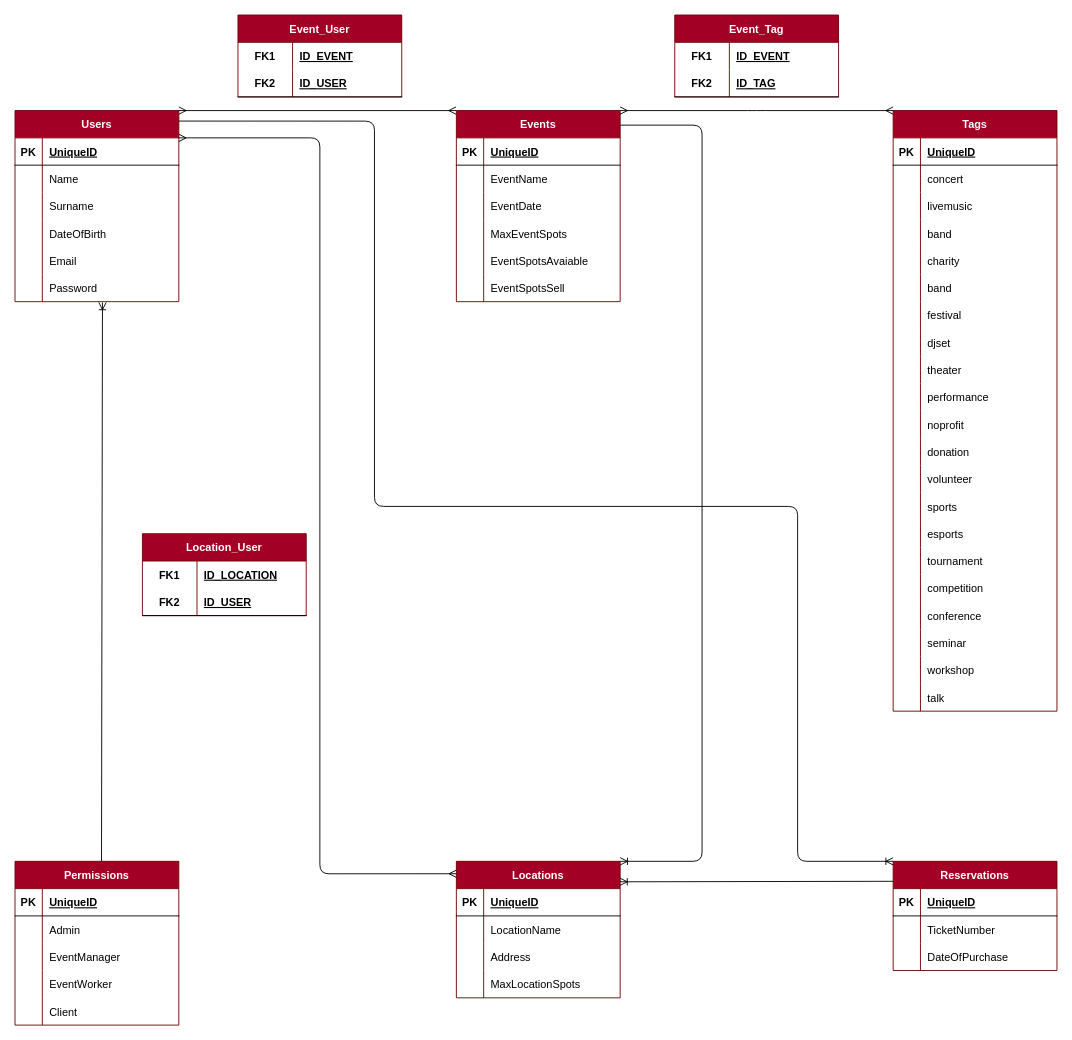
Above: tables.drawio in SimoneCerri/db-gestore-eventi (draw.io), before the change. Source tidied: cells renumbered, new cells numbered last; positions are measured from the earlier drawing's top-left corner, leaving out a move shared by most shapes. Both pictures are drawn from the tidied source at 91%, with x=0, y=0 at pixel (15, 15).
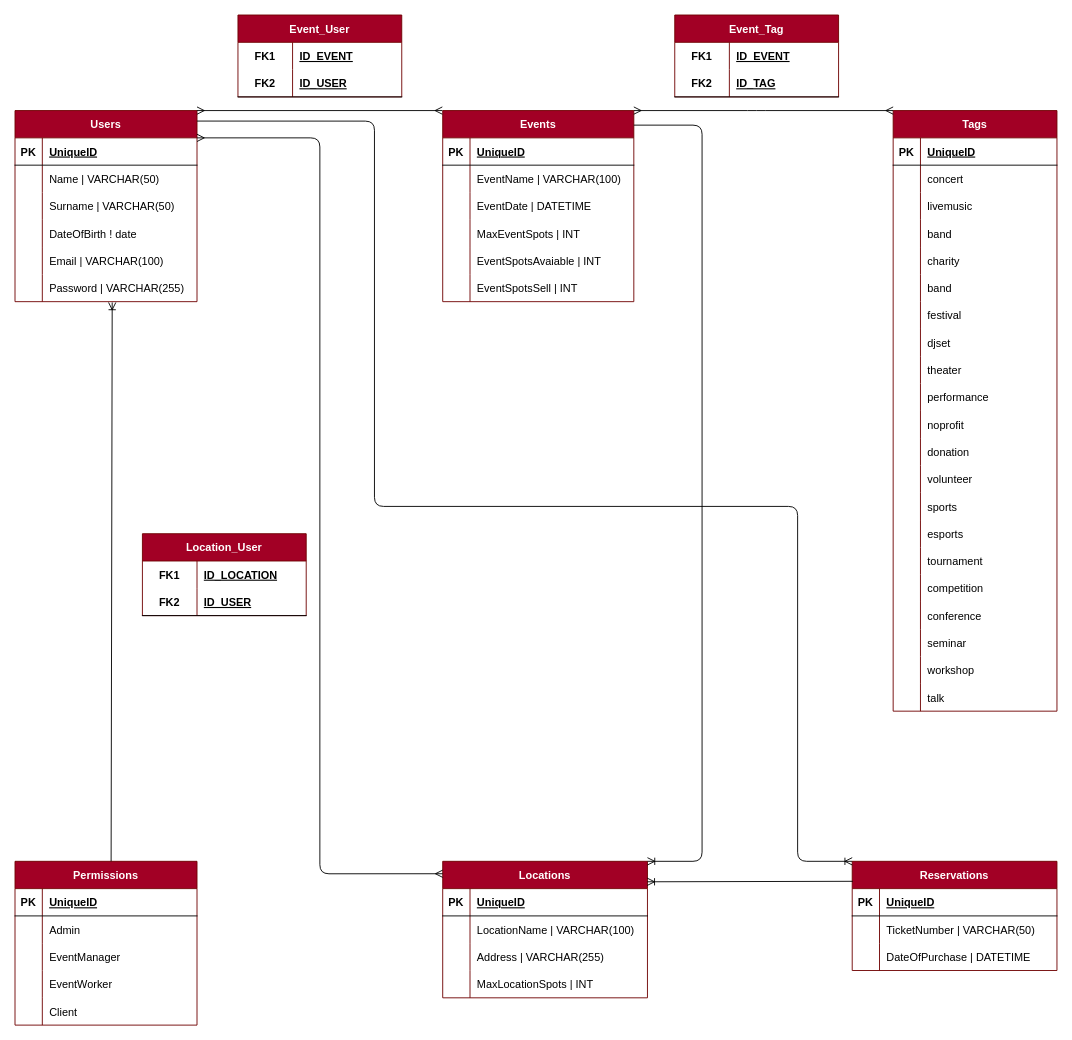
The same page after the edit.

Commit message:
odify tables

Change to the diagram source:
```diff
@@
     <mxCell id="2" value="Users" style="shape=table;startSize=30;childLayout=tableLayout;rowLines=0;fontStyle=1;align=center;fillColor=#a20025;fontColor=#ffffff;strokeColor=#6F0000;" parent="1" vertex="1">
-      <mxGeometry y="105" width="180" height="210" as="geometry" />
+      <mxGeometry y="105" width="200" height="210" as="geometry" />
     </mxCell>
     <mxCell id="3" style="shape=tableRow;horizontal=0;startSize=0;swimlaneHead=0;swimlaneBody=0;fillColor=none;points=[[0,0.5],[1,0.5]];portConstraint=eastwest;top=0;left=0;right=0;bottom=1;" parent="2" vertex="1">
-      <mxGeometry y="30" width="180" height="30" as="geometry" />
+      <mxGeometry y="30" width="200" height="30" as="geometry" />
     </mxCell>
@@
     <mxCell id="5" value="UniqueID" style="shape=partialRectangle;fillColor=none;top=0;left=0;bottom=0;right=0;align=left;spacingLeft=6;fontStyle=5;overflow=hidden;" parent="3" vertex="1">
-      <mxGeometry x="30" width="150" height="30" as="geometry" />
+      <mxGeometry x="30" width="170" height="30" as="geometry" />
     </mxCell>
     <mxCell id="6" style="shape=tableRow;horizontal=0;startSize=0;swimlaneHead=0;swimlaneBody=0;fillColor=none;top=0;left=0;right=0;bottom=0;" parent="2" vertex="1">
-      <mxGeometry y="60" width="180" height="30" as="geometry" />
+      <mxGeometry y="60" width="200" height="30" as="geometry" />
     </mxCell>
@@
-    <mxCell id="8" value="Name" style="shape=partialRectangle;fillColor=none;top=0;left=0;bottom=0;right=0;align=left;spacingLeft=6;overflow=hidden;" parent="6" vertex="1">
-      <mxGeometry x="30" width="150" height="30" as="geometry" />
+    <mxCell id="8" value="Name | VARCHAR(50)" style="shape=partialRectangle;fillColor=none;top=0;left=0;bottom=0;right=0;align=left;spacingLeft=6;overflow=hidden;" parent="6" vertex="1">
+      <mxGeometry x="30" width="170" height="30" as="geometry" />
     </mxCell>
     <mxCell id="9" style="shape=tableRow;horizontal=0;startSize=0;swimlaneHead=0;swimlaneBody=0;fillColor=none;top=0;left=0;right=0;bottom=0;" parent="2" vertex="1">
-      <mxGeometry y="90" width="180" height="30" as="geometry" />
+      <mxGeometry y="90" width="200" height="30" as="geometry" />
     </mxCell>
@@
-    <mxCell id="11" value="Surname" style="shape=partialRectangle;fillColor=none;top=0;left=0;bottom=0;right=0;align=left;spacingLeft=6;overflow=hidden;" parent="9" vertex="1">
-      <mxGeometry x="30" width="150" height="30" as="geometry" />
+    <mxCell id="11" value="Surname | VARCHAR(50)" style="shape=partialRectangle;fillColor=none;top=0;left=0;bottom=0;right=0;align=left;spacingLeft=6;overflow=hidden;" parent="9" vertex="1">
+      <mxGeometry x="30" width="170" height="30" as="geometry" />
     </mxCell>
     <mxCell id="12" style="shape=tableRow;horizontal=0;startSize=0;swimlaneHead=0;swimlaneBody=0;fillColor=none;top=0;left=0;right=0;bottom=0;" parent="2" vertex="1">
-      <mxGeometry y="120" width="180" height="30" as="geometry" />
+      <mxGeometry y="120" width="200" height="30" as="geometry" />
     </mxCell>
@@
-    <mxCell id="14" value="DateOfBirth" style="shape=partialRectangle;fillColor=none;top=0;left=0;bottom=0;right=0;align=left;spacingLeft=6;overflow=hidden;" parent="12" vertex="1">
-      <mxGeometry x="30" width="150" height="30" as="geometry" />
+    <mxCell id="14" value="DateOfBirth ! date" style="shape=partialRectangle;fillColor=none;top=0;left=0;bottom=0;right=0;align=left;spacingLeft=6;overflow=hidden;" parent="12" vertex="1">
+      <mxGeometry x="30" width="170" height="30" as="geometry" />
     </mxCell>
     <mxCell id="15" style="shape=tableRow;horizontal=0;startSize=0;swimlaneHead=0;swimlaneBody=0;fillColor=none;top=0;left=0;right=0;bottom=0;" parent="2" vertex="1">
-      <mxGeometry y="150" width="180" height="30" as="geometry" />
+      <mxGeometry y="150" width="200" height="30" as="geometry" />
     </mxCell>
@@
-    <mxCell id="17" value="Email" style="shape=partialRectangle;fillColor=none;top=0;left=0;bottom=0;right=0;align=left;spacingLeft=6;overflow=hidden;" parent="15" vertex="1">
-      <mxGeometry x="30" width="150" height="30" as="geometry" />
+    <mxCell id="17" value="Email | VARCHAR(100)" style="shape=partialRectangle;fillColor=none;top=0;left=0;bottom=0;right=0;align=left;spacingLeft=6;overflow=hidden;" parent="15" vertex="1">
+      <mxGeometry x="30" width="170" height="30" as="geometry" />
     </mxCell>
     <mxCell id="18" style="shape=tableRow;horizontal=0;startSize=0;swimlaneHead=0;swimlaneBody=0;fillColor=none;points=[[0,0.5],[1,0.5]];portConstraint=eastwest;top=0;left=0;right=0;bottom=0;" parent="2" vertex="1">
-      <mxGeometry y="180" width="180" height="30" as="geometry" />
+      <mxGeometry y="180" width="200" height="30" as="geometry" />
     </mxCell>
@@
-    <mxCell id="20" value="Password" style="shape=partialRectangle;fillColor=none;top=0;left=0;bottom=0;right=0;align=left;spacingLeft=6;overflow=hidden;" parent="18" vertex="1">
-      <mxGeometry x="30" width="150" height="30" as="geometry" />
+    <mxCell id="20" value="Password | VARCHAR(255)" style="shape=partialRectangle;fillColor=none;top=0;left=0;bottom=0;right=0;align=left;spacingLeft=6;overflow=hidden;" parent="18" vertex="1">
+      <mxGeometry x="30" width="170" height="30" as="geometry" />
     </mxCell>
     <mxCell id="21" value="Events" style="shape=table;startSize=30;childLayout=tableLayout;rowLines=0;fontStyle=1;align=center;fillColor=#a20025;fontColor=#ffffff;strokeColor=#6F0000;" parent="1" vertex="1">
-      <mxGeometry x="485" y="105" width="180" height="210" as="geometry" />
+      <mxGeometry x="470" y="105" width="210" height="210" as="geometry" />
     </mxCell>
     <mxCell id="22" style="shape=tableRow;horizontal=0;startSize=0;swimlaneHead=0;swimlaneBody=0;fillColor=none;top=0;left=0;right=0;bottom=1;" parent="21" vertex="1">
-      <mxGeometry y="30" width="180" height="30" as="geometry" />
+      <mxGeometry y="30" width="210" height="30" as="geometry" />
     </mxCell>
@@
     <mxCell id="24" value="UniqueID" style="shape=partialRectangle;fillColor=none;top=0;left=0;bottom=0;right=0;align=left;spacingLeft=6;fontStyle=5;overflow=hidden;" parent="22" vertex="1">
-      <mxGeometry x="30" width="150" height="30" as="geometry" />
+      <mxGeometry x="30" width="180" height="30" as="geometry" />
     </mxCell>
     <mxCell id="25" style="shape=tableRow;horizontal=0;startSize=0;swimlaneHead=0;swimlaneBody=0;fillColor=none;top=0;left=0;right=0;bottom=0;" parent="21" vertex="1">
-      <mxGeometry y="60" width="180" height="30" as="geometry" />
+      <mxGeometry y="60" width="210" height="30" as="geometry" />
     </mxCell>
@@
-    <mxCell id="27" value="EventName" style="shape=partialRectangle;fillColor=none;top=0;left=0;bottom=0;right=0;align=left;spacingLeft=6;overflow=hidden;" parent="25" vertex="1">
-      <mxGeometry x="30" width="150" height="30" as="geometry" />
+    <mxCell id="27" value="EventName | VARCHAR(100)" style="shape=partialRectangle;fillColor=none;top=0;left=0;bottom=0;right=0;align=left;spacingLeft=6;overflow=hidden;" parent="25" vertex="1">
+      <mxGeometry x="30" width="180" height="30" as="geometry" />
     </mxCell>
     <mxCell id="28" style="shape=tableRow;horizontal=0;startSize=0;swimlaneHead=0;swimlaneBody=0;fillColor=none;top=0;left=0;right=0;bottom=0;" parent="21" vertex="1">
-      <mxGeometry y="90" width="180" height="30" as="geometry" />
+      <mxGeometry y="90" width="210" height="30" as="geometry" />
     </mxCell>
@@
-    <mxCell id="30" value="EventDate" style="shape=partialRectangle;fillColor=none;top=0;left=0;bottom=0;right=0;align=left;spacingLeft=6;overflow=hidden;" parent="28" vertex="1">
-      <mxGeometry x="30" width="150" height="30" as="geometry" />
+    <mxCell id="30" value="EventDate | DATETIME" style="shape=partialRectangle;fillColor=none;top=0;left=0;bottom=0;right=0;align=left;spacingLeft=6;overflow=hidden;" parent="28" vertex="1">
+      <mxGeometry x="30" width="180" height="30" as="geometry" />
     </mxCell>
     <mxCell id="31" style="shape=tableRow;horizontal=0;startSize=0;swimlaneHead=0;swimlaneBody=0;fillColor=none;top=0;left=0;right=0;bottom=0;" parent="21" vertex="1">
-      <mxGeometry y="120" width="180" height="30" as="geometry" />
+      <mxGeometry y="120" width="210" height="30" as="geometry" />
     </mxCell>
@@
-    <mxCell id="33" value="MaxEventSpots" style="shape=partialRectangle;fillColor=none;top=0;left=0;bottom=0;right=0;align=left;spacingLeft=6;overflow=hidden;" parent="31" vertex="1">
-      <mxGeometry x="30" width="150" height="30" as="geometry" />
+    <mxCell id="33" value="MaxEventSpots | INT" style="shape=partialRectangle;fillColor=none;top=0;left=0;bottom=0;right=0;align=left;spacingLeft=6;overflow=hidden;" parent="31" vertex="1">
+      <mxGeometry x="30" width="180" height="30" as="geometry" />
     </mxCell>
     <mxCell id="34" style="shape=tableRow;horizontal=0;startSize=0;swimlaneHead=0;swimlaneBody=0;fillColor=none;top=0;left=0;right=0;bottom=0;" parent="21" vertex="1">
-      <mxGeometry y="150" width="180" height="30" as="geometry" />
+      <mxGeometry y="150" width="210" height="30" as="geometry" />
     </mxCell>
@@
-    <mxCell id="36" value="EventSpotsAvaiable" style="shape=partialRectangle;fillColor=none;top=0;left=0;bottom=0;right=0;align=left;spacingLeft=6;overflow=hidden;" parent="34" vertex="1">
-      <mxGeometry x="30" width="150" height="30" as="geometry" />
+    <mxCell id="36" value="EventSpotsAvaiable | INT" style="shape=partialRectangle;fillColor=none;top=0;left=0;bottom=0;right=0;align=left;spacingLeft=6;overflow=hidden;" parent="34" vertex="1">
+      <mxGeometry x="30" width="180" height="30" as="geometry" />
     </mxCell>
     <mxCell id="37" style="shape=tableRow;horizontal=0;startSize=0;swimlaneHead=0;swimlaneBody=0;fillColor=none;top=0;left=0;right=0;bottom=0;" parent="21" vertex="1">
-      <mxGeometry y="180" width="180" height="30" as="geometry" />
+      <mxGeometry y="180" width="210" height="30" as="geometry" />
     </mxCell>
@@
-    <mxCell id="39" value="EventSpotsSell" style="shape=partialRectangle;fillColor=none;top=0;left=0;bottom=0;right=0;align=left;spacingLeft=6;overflow=hidden;" parent="37" vertex="1">
-      <mxGeometry x="30" width="150" height="30" as="geometry" />
+    <mxCell id="39" value="EventSpotsSell | INT" style="shape=partialRectangle;fillColor=none;top=0;left=0;bottom=0;right=0;align=left;spacingLeft=6;overflow=hidden;" parent="37" vertex="1">
+      <mxGeometry x="30" width="180" height="30" as="geometry" />
     </mxCell>
     <mxCell id="40" value="Reservations" style="shape=table;startSize=30;childLayout=tableLayout;rowLines=0;fontStyle=1;align=center;fillColor=#a20025;fontColor=#ffffff;strokeColor=#6F0000;" parent="1" vertex="1">
-      <mxGeometry x="965" y="930" width="180" height="120" as="geometry" />
+      <mxGeometry x="920" y="930" width="225" height="120" as="geometry" />
     </mxCell>
     <mxCell id="41" style="shape=tableRow;horizontal=0;startSize=0;swimlaneHead=0;swimlaneBody=0;fillColor=none;top=0;left=0;right=0;bottom=1;" parent="40" vertex="1">
-      <mxGeometry y="30" width="180" height="30" as="geometry" />
+      <mxGeometry y="30" width="225" height="30" as="geometry" />
     </mxCell>
@@
     <mxCell id="43" value="UniqueID" style="shape=partialRectangle;fillColor=none;top=0;left=0;bottom=0;right=0;align=left;spacingLeft=6;fontStyle=5;overflow=hidden;" parent="41" vertex="1">
-      <mxGeometry x="30" width="150" height="30" as="geometry" />
+      <mxGeometry x="30" width="195" height="30" as="geometry" />
     </mxCell>
     <mxCell id="44" style="shape=tableRow;horizontal=0;startSize=0;swimlaneHead=0;swimlaneBody=0;fillColor=none;top=0;left=0;right=0;bottom=0;" parent="40" vertex="1">
-      <mxGeometry y="60" width="180" height="30" as="geometry" />
+      <mxGeometry y="60" width="225" height="30" as="geometry" />
     </mxCell>
@@
-    <mxCell id="46" value="TicketNumber" style="shape=partialRectangle;fillColor=none;top=0;left=0;bottom=0;right=0;align=left;spacingLeft=6;overflow=hidden;" parent="44" vertex="1">
-      <mxGeometry x="30" width="150" height="30" as="geometry" />
+    <mxCell id="46" value="TicketNumber | VARCHAR(50)" style="shape=partialRectangle;fillColor=none;top=0;left=0;bottom=0;right=0;align=left;spacingLeft=6;overflow=hidden;" parent="44" vertex="1">
+      <mxGeometry x="30" width="195" height="30" as="geometry" />
     </mxCell>
     <mxCell id="47" style="shape=tableRow;horizontal=0;startSize=0;swimlaneHead=0;swimlaneBody=0;fillColor=none;top=0;left=0;right=0;bottom=0;" parent="40" vertex="1">
-      <mxGeometry y="90" width="180" height="30" as="geometry" />
+      <mxGeometry y="90" width="225" height="30" as="geometry" />
     </mxCell>
@@
-    <mxCell id="49" value="DateOfPurchase" style="shape=partialRectangle;fillColor=none;top=0;left=0;bottom=0;right=0;align=left;spacingLeft=6;overflow=hidden;" parent="47" vertex="1">
-      <mxGeometry x="30" width="150" height="30" as="geometry" />
+    <mxCell id="49" value="DateOfPurchase | DATETIME" style="shape=partialRectangle;fillColor=none;top=0;left=0;bottom=0;right=0;align=left;spacingLeft=6;overflow=hidden;" parent="47" vertex="1">
+      <mxGeometry x="30" width="195" height="30" as="geometry" />
     </mxCell>
     <mxCell id="50" value="Permissions" style="shape=table;startSize=30;childLayout=tableLayout;rowLines=0;fontStyle=1;align=center;fillColor=#a20025;fontColor=#ffffff;strokeColor=#6F0000;" parent="1" vertex="1">
-      <mxGeometry y="930" width="180" height="180" as="geometry" />
+      <mxGeometry y="930" width="200" height="180" as="geometry" />
     </mxCell>
     <mxCell id="51" style="shape=tableRow;horizontal=0;startSize=0;swimlaneHead=0;swimlaneBody=0;fillColor=none;top=0;left=0;right=0;bottom=1;" parent="50" vertex="1">
-      <mxGeometry y="30" width="180" height="30" as="geometry" />
+      <mxGeometry y="30" width="200" height="30" as="geometry" />
     </mxCell>
@@
     <mxCell id="53" value="UniqueID" style="shape=partialRectangle;fillColor=none;top=0;left=0;bottom=0;right=0;align=left;spacingLeft=6;fontStyle=5;overflow=hidden;" parent="51" vertex="1">
-      <mxGeometry x="30" width="150" height="30" as="geometry" />
+      <mxGeometry x="30" width="170" height="30" as="geometry" />
     </mxCell>
     <mxCell id="54" style="shape=tableRow;horizontal=0;startSize=0;swimlaneHead=0;swimlaneBody=0;fillColor=none;top=0;left=0;right=0;bottom=0;" parent="50" vertex="1">
-      <mxGeometry y="60" width="180" height="30" as="geometry" />
+      <mxGeometry y="60" width="200" height="30" as="geometry" />
     </mxCell>
@@
     <mxCell id="56" value="Admin" style="shape=partialRectangle;fillColor=none;top=0;left=0;bottom=0;right=0;align=left;spacingLeft=6;overflow=hidden;" parent="54" vertex="1">
-      <mxGeometry x="30" width="150" height="30" as="geometry" />
+      <mxGeometry x="30" width="170" height="30" as="geometry" />
     </mxCell>
     <mxCell id="57" style="shape=tableRow;horizontal=0;startSize=0;swimlaneHead=0;swimlaneBody=0;fillColor=none;top=0;left=0;right=0;bottom=0;" parent="50" vertex="1">
-      <mxGeometry y="90" width="180" height="30" as="geometry" />
+      <mxGeometry y="90" width="200" height="30" as="geometry" />
     </mxCell>
@@
     <mxCell id="59" value="EventManager" style="shape=partialRectangle;fillColor=none;top=0;left=0;bottom=0;right=0;align=left;spacingLeft=6;overflow=hidden;" parent="57" vertex="1">
-      <mxGeometry x="30" width="150" height="30" as="geometry" />
+      <mxGeometry x="30" width="170" height="30" as="geometry" />
     </mxCell>
     <mxCell id="60" style="shape=tableRow;horizontal=0;startSize=0;swimlaneHead=0;swimlaneBody=0;fillColor=none;top=0;left=0;right=0;bottom=0;" parent="50" vertex="1">
-      <mxGeometry y="120" width="180" height="30" as="geometry" />
+      <mxGeometry y="120" width="200" height="30" as="geometry" />
     </mxCell>
@@
     <mxCell id="62" value="EventWorker" style="shape=partialRectangle;fillColor=none;top=0;left=0;bottom=0;right=0;align=left;spacingLeft=6;overflow=hidden;" parent="60" vertex="1">
-      <mxGeometry x="30" width="150" height="30" as="geometry" />
+      <mxGeometry x="30" width="170" height="30" as="geometry" />
     </mxCell>
     <mxCell id="63" style="shape=tableRow;horizontal=0;startSize=0;swimlaneHead=0;swimlaneBody=0;fillColor=none;top=0;left=0;right=0;bottom=0;" parent="50" vertex="1">
-      <mxGeometry y="150" width="180" height="30" as="geometry" />
+      <mxGeometry y="150" width="200" height="30" as="geometry" />
     </mxCell>
@@
     <mxCell id="65" value="Client" style="shape=partialRectangle;fillColor=none;top=0;left=0;bottom=0;right=0;align=left;spacingLeft=6;overflow=hidden;" parent="63" vertex="1">
-      <mxGeometry x="30" width="150" height="30" as="geometry" />
+      <mxGeometry x="30" width="170" height="30" as="geometry" />
     </mxCell>
@@
     <mxCell id="130" value="Locations" style="shape=table;startSize=30;childLayout=tableLayout;rowLines=0;fontStyle=1;align=center;fillColor=#a20025;fontColor=#ffffff;strokeColor=#6F0000;" parent="1" vertex="1">
-      <mxGeometry x="485" y="930" width="180" height="150" as="geometry" />
+      <mxGeometry x="470" y="930" width="225" height="150" as="geometry" />
     </mxCell>
     <mxCell id="131" style="shape=tableRow;horizontal=0;startSize=0;swimlaneHead=0;swimlaneBody=0;fillColor=none;top=0;left=0;right=0;bottom=1;" parent="130" vertex="1">
-      <mxGeometry y="30" width="180" height="30" as="geometry" />
+      <mxGeometry y="30" width="225" height="30" as="geometry" />
     </mxCell>
@@
     <mxCell id="133" value="UniqueID" style="shape=partialRectangle;fillColor=none;top=0;left=0;bottom=0;right=0;align=left;spacingLeft=6;fontStyle=5;overflow=hidden;" parent="131" vertex="1">
-      <mxGeometry x="30" width="150" height="30" as="geometry" />
+      <mxGeometry x="30" width="195" height="30" as="geometry" />
     </mxCell>
     <mxCell id="134" style="shape=tableRow;horizontal=0;startSize=0;swimlaneHead=0;swimlaneBody=0;fillColor=none;top=0;left=0;right=0;bottom=0;" parent="130" vertex="1">
-      <mxGeometry y="60" width="180" height="30" as="geometry" />
+      <mxGeometry y="60" width="225" height="30" as="geometry" />
     </mxCell>
@@
-    <mxCell id="136" value="LocationName" style="shape=partialRectangle;fillColor=none;top=0;left=0;bottom=0;right=0;align=left;spacingLeft=6;overflow=hidden;" parent="134" vertex="1">
-      <mxGeometry x="30" width="150" height="30" as="geometry" />
+    <mxCell id="136" value="LocationName | VARCHAR(100)" style="shape=partialRectangle;fillColor=none;top=0;left=0;bottom=0;right=0;align=left;spacingLeft=6;overflow=hidden;" parent="134" vertex="1">
+      <mxGeometry x="30" width="195" height="30" as="geometry" />
     </mxCell>
     <mxCell id="137" style="shape=tableRow;horizontal=0;startSize=0;swimlaneHead=0;swimlaneBody=0;fillColor=none;top=0;left=0;right=0;bottom=0;" parent="130" vertex="1">
-      <mxGeometry y="90" width="180" height="30" as="geometry" />
+      <mxGeometry y="90" width="225" height="30" as="geometry" />
     </mxCell>
@@
-    <mxCell id="139" value="Address" style="shape=partialRectangle;fillColor=none;top=0;left=0;bottom=0;right=0;align=left;spacingLeft=6;overflow=hidden;" parent="137" vertex="1">
-      <mxGeometry x="30" width="150" height="30" as="geometry" />
+    <mxCell id="139" value="Address | VARCHAR(255)" style="shape=partialRectangle;fillColor=none;top=0;left=0;bottom=0;right=0;align=left;spacingLeft=6;overflow=hidden;" parent="137" vertex="1">
+      <mxGeometry x="30" width="195" height="30" as="geometry" />
     </mxCell>
     <mxCell id="140" style="shape=tableRow;horizontal=0;startSize=0;swimlaneHead=0;swimlaneBody=0;fillColor=none;top=0;left=0;right=0;bottom=0;" parent="130" vertex="1">
-      <mxGeometry y="120" width="180" height="30" as="geometry" />
+      <mxGeometry y="120" width="225" height="30" as="geometry" />
     </mxCell>
@@
-    <mxCell id="142" value="MaxLocationSpots" style="shape=partialRectangle;fillColor=none;top=0;left=0;bottom=0;right=0;align=left;spacingLeft=6;overflow=hidden;" parent="140" vertex="1">
-      <mxGeometry x="30" width="150" height="30" as="geometry" />
+    <mxCell id="142" value="MaxLocationSpots | INT" style="shape=partialRectangle;fillColor=none;top=0;left=0;bottom=0;right=0;align=left;spacingLeft=6;overflow=hidden;" parent="140" vertex="1">
+      <mxGeometry x="30" width="195" height="30" as="geometry" />
     </mxCell>
@@
     <mxCell id="149" style="fontSize=12;html=1;endArrow=ERoneToMany;entryX=1;entryY=0;entryDx=0;entryDy=0;edgeStyle=orthogonalEdgeStyle;" parent="1" edge="1" target="130">
       <mxGeometry relative="1" as="geometry">
-        <mxPoint x="665" y="121" as="sourcePoint" />
+        <mxPoint x="680" y="121" as="sourcePoint" />
         <Array as="points">
           <mxPoint x="755" y="121" />
           <mxPoint x="755" y="930" />
         </Array>
       </mxGeometry>
     </mxCell>
```
